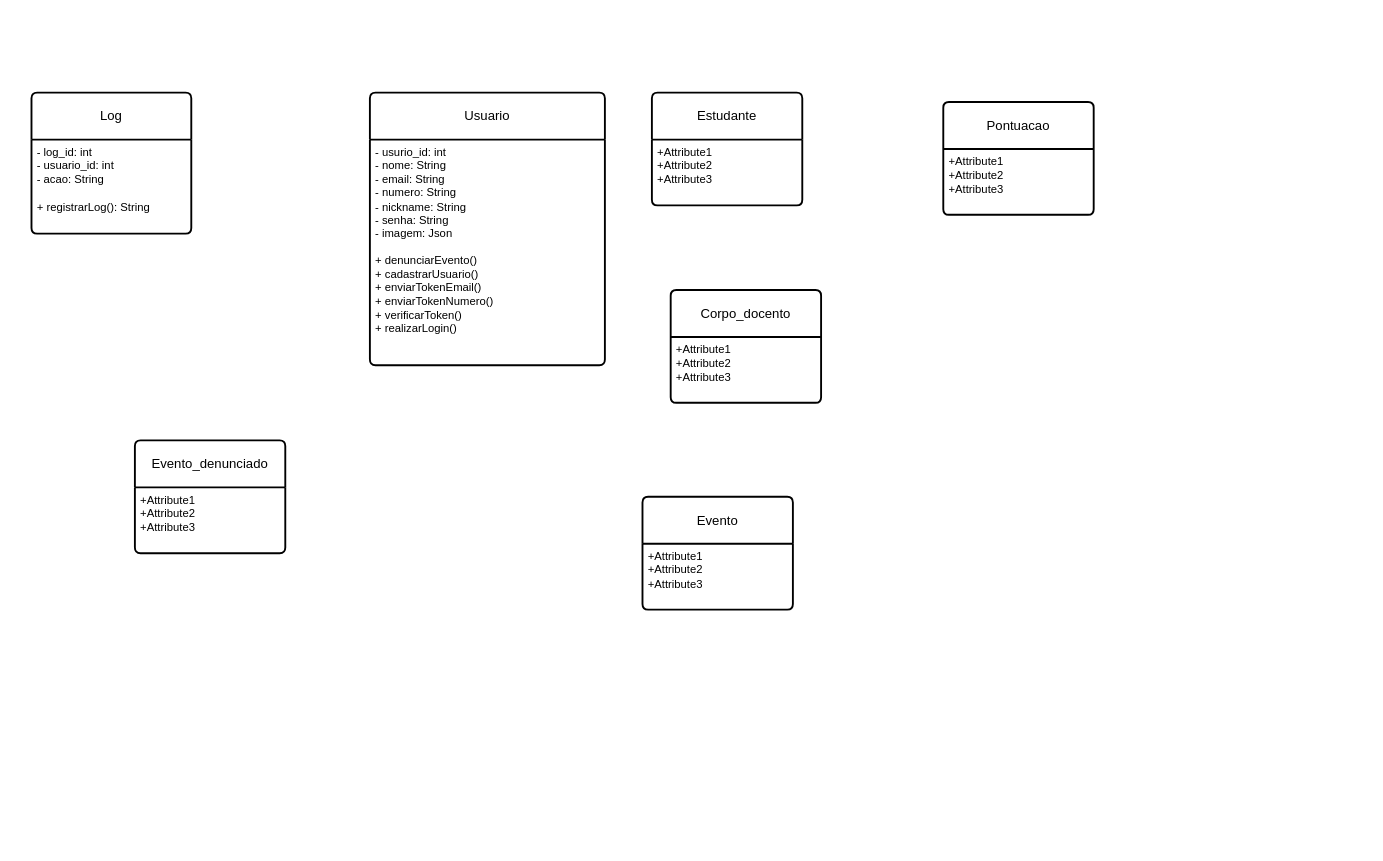
Organization-Meets/Meets_Docs keeps this draw.io diagram as Draw.io/modelo_relacional_ES.drawio. Above is the earlier version. Source tidied: cells renumbered, new cells numbered last; positions are measured from the earlier drawing's top-left corner, leaving out a move shared by most shapes. Both pictures are drawn from the tidied source at 94%, with x=0, y=0 at pixel (31, 92).
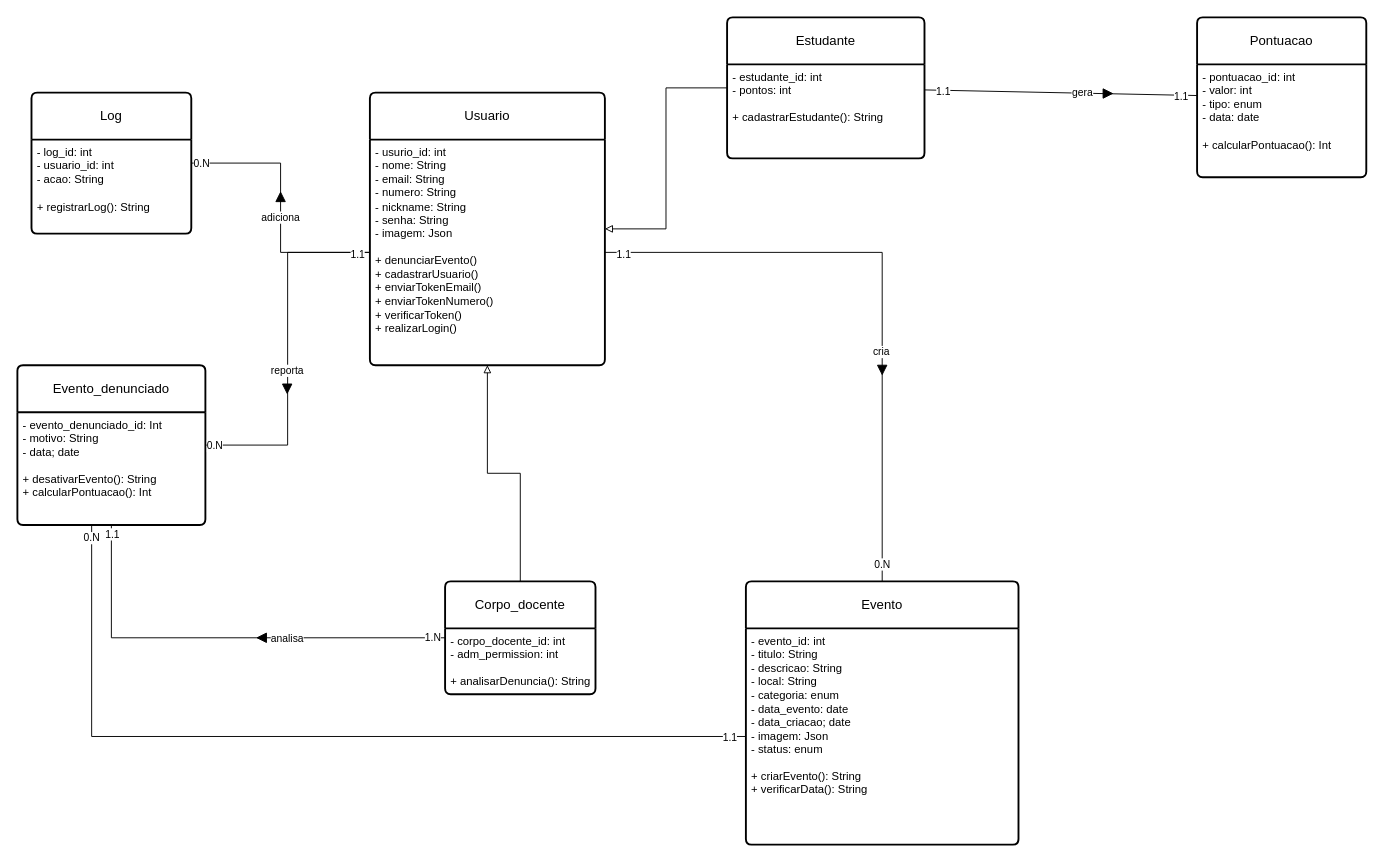
The same page after the edit.

Unchanged cells that the change refers to:
```xml
<mxCell id="2" value="Log" style="swimlane;horizontal=1;startSize=50;rounded=1;fontSize=14;fontStyle=0;strokeWidth=2;shadow=0;dashed=0;align=center;arcSize=4;whiteSpace=wrap;html=1;" parent="1" vertex="1">
  <mxGeometry width="170" height="150" as="geometry" />
</mxCell>
<mxCell id="4" value="Usuario" style="swimlane;horizontal=1;startSize=50;rounded=1;fontSize=14;fontStyle=0;strokeWidth=2;shadow=0;dashed=0;align=center;arcSize=4;whiteSpace=wrap;html=1;" parent="1" vertex="1">
  <mxGeometry x="360" width="250" height="290" as="geometry" />
</mxCell>
<mxCell id="5" value="- usurio_id: int&lt;div&gt;- nome: String&lt;/div&gt;&lt;div&gt;- email: String&lt;/div&gt;&lt;div&gt;- numero: String&lt;/div&gt;&lt;div&gt;- nickname: String&lt;/div&gt;&lt;div&gt;- senha: String&lt;/div&gt;&lt;div&gt;- imagem: Json&lt;/div&gt;&lt;div&gt;&lt;br&gt;&lt;/div&gt;&lt;div&gt;+ denunciarEvento()&lt;/div&gt;&lt;div&gt;+ cadastrarUsuario()&lt;/div&gt;&lt;div&gt;+ enviarTokenEmail()&lt;/div&gt;&lt;div&gt;+ enviarTokenNumero()&lt;/div&gt;&lt;div&gt;+ verificarToken()&lt;/div&gt;&lt;div&gt;+ realizarLogin()&lt;/div&gt;" style="align=left;strokeColor=none;fillColor=none;spacingLeft=4;spacingRight=4;fontSize=12;verticalAlign=top;html=1;whiteSpace=wrap;" parent="4" vertex="1">
  <mxGeometry y="50" width="250" height="240" as="geometry" />
</mxCell>
```

The edit, as a diff of the source:
```diff
@@
     <mxCell id="6" value="Evento" style="swimlane;horizontal=1;startSize=50;rounded=1;fontSize=14;fontStyle=0;strokeWidth=2;shadow=0;dashed=0;align=center;arcSize=4;whiteSpace=wrap;html=1;" parent="1" vertex="1">
-      <mxGeometry x="650" y="430" width="160" height="120" as="geometry" />
+      <mxGeometry x="760" y="520" width="290" height="280" as="geometry" />
     </mxCell>
-    <mxCell id="7" value="+Attribute1&#10;+Attribute2&#10;+Attribute3" style="align=left;strokeColor=none;fillColor=none;spacingLeft=4;spacingRight=4;fontSize=12;verticalAlign=top;html=1;whiteSpace=wrap;" parent="6" vertex="1">
-      <mxGeometry y="50" width="160" height="70" as="geometry" />
+    <mxCell id="7" value="- evento_id: int&lt;br&gt;- titulo: String&lt;div&gt;- descricao: String&lt;/div&gt;&lt;div&gt;- local: String&lt;/div&gt;&lt;div&gt;- categoria: enum&lt;/div&gt;&lt;div&gt;- data_evento: date&lt;/div&gt;&lt;div&gt;- data_criacao; date&lt;/div&gt;&lt;div&gt;- imagem: Json&lt;/div&gt;&lt;div&gt;- status: enum&lt;br&gt;&lt;div&gt;&lt;br&gt;&lt;/div&gt;&lt;div&gt;+ criarEvento(): String&lt;/div&gt;&lt;div&gt;+ verificarData(): String&lt;/div&gt;&lt;/div&gt;" style="align=left;strokeColor=none;fillColor=none;spacingLeft=4;spacingRight=4;fontSize=12;verticalAlign=top;html=1;whiteSpace=wrap;" parent="6" vertex="1">
+      <mxGeometry y="50" width="290" height="230" as="geometry" />
     </mxCell>
+    <mxCell id="16" style="edgeStyle=orthogonalEdgeStyle;rounded=0;jettySize=auto;html=1;endArrow=none;endFill=0;" parent="1" edge="1" source="8" target="15">
+      <mxGeometry relative="1" as="geometry" />
+    </mxCell>
+    <mxCell id="17" value="analisa" style="edgeLabel;html=1;align=center;verticalAlign=middle;" parent="16" vertex="1">
+      <mxGeometry x="-0.27" relative="1" as="geometry">
+        <mxPoint x="4" as="offset" />
+      </mxGeometry>
+    </mxCell>
+    <mxCell id="18" value="1.N" style="edgeLabel;html=1;align=center;verticalAlign=middle;" parent="16" vertex="1">
+      <mxGeometry x="-0.94" y="-1" relative="1" as="geometry" />
+    </mxCell>
+    <mxCell id="19" style="edgeStyle=orthogonalEdgeStyle;rounded=0;jettySize=auto;html=1;endArrow=block;endFill=0;" parent="1" edge="1" source="8" target="5">
+      <mxGeometry relative="1" as="geometry" />
+    </mxCell>
-    <mxCell id="8" value="Corpo_docento" style="swimlane;horizontal=1;startSize=50;rounded=1;fontSize=14;fontStyle=0;strokeWidth=2;shadow=0;dashed=0;align=center;arcSize=4;whiteSpace=wrap;html=1;" parent="1" vertex="1">
-      <mxGeometry x="680" y="210" width="160" height="120" as="geometry" />
+    <mxCell id="8" value="Corpo_docente" style="swimlane;horizontal=1;startSize=50;rounded=1;fontSize=14;fontStyle=0;strokeWidth=2;shadow=0;dashed=0;align=center;arcSize=4;whiteSpace=wrap;html=1;" parent="1" vertex="1">
+      <mxGeometry x="440" y="520" width="160" height="120" as="geometry" />
     </mxCell>
-    <mxCell id="9" value="+Attribute1&#10;+Attribute2&#10;+Attribute3" style="align=left;strokeColor=none;fillColor=none;spacingLeft=4;spacingRight=4;fontSize=12;verticalAlign=top;html=1;whiteSpace=wrap;" parent="8" vertex="1">
+    <mxCell id="9" value="- corpo_docente_id: int&lt;div&gt;- adm_permission: int&lt;/div&gt;&lt;div&gt;&lt;br&gt;&lt;/div&gt;&lt;div&gt;+ analisarDenuncia(): String&lt;/div&gt;" style="align=left;strokeColor=none;fillColor=none;spacingLeft=4;spacingRight=4;fontSize=12;verticalAlign=top;html=1;whiteSpace=wrap;" parent="8" vertex="1">
       <mxGeometry y="50" width="160" height="70" as="geometry" />
     </mxCell>
+    <mxCell id="20" style="edgeStyle=orthogonalEdgeStyle;rounded=0;jettySize=auto;html=1;endArrow=block;endFill=0;" parent="1" edge="1" source="10" target="4">
+      <mxGeometry relative="1" as="geometry" />
+    </mxCell>
+    <mxCell id="21" style="rounded=0;jettySize=auto;html=1;endArrow=none;endFill=0;" parent="1" edge="1" source="10" target="12">
+      <mxGeometry relative="1" as="geometry" />
+    </mxCell>
+    <mxCell id="22" value="gera" style="edgeLabel;html=1;align=center;verticalAlign=middle;" parent="21" vertex="1">
+      <mxGeometry x="0.16" y="1" relative="1" as="geometry" />
+    </mxCell>
+    <mxCell id="23" value="1.1" style="edgeLabel;html=1;align=center;verticalAlign=middle;" parent="21" vertex="1">
+      <mxGeometry x="-0.86" y="-1" relative="1" as="geometry" />
+    </mxCell>
+    <mxCell id="24" value="1.1" style="edgeLabel;html=1;align=center;verticalAlign=middle;" parent="21" vertex="1">
+      <mxGeometry x="0.88" y="-1" relative="1" as="geometry" />
+    </mxCell>
     <mxCell id="10" value="Estudante" style="swimlane;horizontal=1;startSize=50;rounded=1;fontSize=14;fontStyle=0;strokeWidth=2;shadow=0;dashed=0;align=center;arcSize=4;whiteSpace=wrap;html=1;" parent="1" vertex="1">
-      <mxGeometry x="660" width="160" height="120" as="geometry" />
+      <mxGeometry x="740" y="-80" width="210" height="150" as="geometry" />
     </mxCell>
-    <mxCell id="11" value="+Attribute1&#10;+Attribute2&#10;+Attribute3" style="align=left;strokeColor=none;fillColor=none;spacingLeft=4;spacingRight=4;fontSize=12;verticalAlign=top;html=1;whiteSpace=wrap;" parent="10" vertex="1">
-      <mxGeometry y="50" width="160" height="70" as="geometry" />
+    <mxCell id="11" value="- estudante_id: int&lt;div&gt;- pontos: int&lt;/div&gt;&lt;div&gt;&lt;br&gt;&lt;/div&gt;&lt;div&gt;+ cadastrarEstudante(): String&lt;/div&gt;" style="align=left;strokeColor=none;fillColor=none;spacingLeft=4;spacingRight=4;fontSize=12;verticalAlign=top;html=1;whiteSpace=wrap;" parent="10" vertex="1">
+      <mxGeometry y="50" width="210" height="100" as="geometry" />
     </mxCell>
     <mxCell id="12" value="Pontuacao" style="swimlane;horizontal=1;startSize=50;rounded=1;fontSize=14;fontStyle=0;strokeWidth=2;shadow=0;dashed=0;align=center;arcSize=4;whiteSpace=wrap;html=1;" parent="1" vertex="1">
-      <mxGeometry x="970" y="10" width="160" height="120" as="geometry" />
+      <mxGeometry x="1240" y="-80" width="180" height="170" as="geometry" />
     </mxCell>
-    <mxCell id="13" value="+Attribute1&#10;+Attribute2&#10;+Attribute3" style="align=left;strokeColor=none;fillColor=none;spacingLeft=4;spacingRight=4;fontSize=12;verticalAlign=top;html=1;whiteSpace=wrap;" parent="12" vertex="1">
-      <mxGeometry y="50" width="160" height="70" as="geometry" />
+    <mxCell id="13" value="- pontuacao_id: int&lt;div&gt;- valor: int&lt;/div&gt;&lt;div&gt;- tipo: enum&lt;/div&gt;&lt;div&gt;- data: date&lt;/div&gt;&lt;div&gt;&lt;br&gt;&lt;/div&gt;&lt;div&gt;+ calcularPontuacao(): Int&lt;/div&gt;" style="align=left;strokeColor=none;fillColor=none;spacingLeft=4;spacingRight=4;fontSize=12;verticalAlign=top;html=1;whiteSpace=wrap;" parent="12" vertex="1">
+      <mxGeometry y="50" width="180" height="120" as="geometry" />
     </mxCell>
     <mxCell id="14" value="Evento_denunciado" style="swimlane;horizontal=1;startSize=50;rounded=1;fontSize=14;fontStyle=0;strokeWidth=2;shadow=0;dashed=0;align=center;arcSize=4;whiteSpace=wrap;html=1;" parent="1" vertex="1">
-      <mxGeometry x="110" y="370" width="160" height="120" as="geometry" />
+      <mxGeometry x="-15" y="290" width="200" height="170" as="geometry" />
     </mxCell>
-    <mxCell id="15" value="+Attribute1&#10;+Attribute2&#10;+Attribute3" style="align=left;strokeColor=none;fillColor=none;spacingLeft=4;spacingRight=4;fontSize=12;verticalAlign=top;html=1;whiteSpace=wrap;" parent="14" vertex="1">
-      <mxGeometry y="50" width="160" height="70" as="geometry" />
+    <mxCell id="15" value="- evento_denunciado_id: Int&lt;div&gt;- motivo: String&lt;/div&gt;&lt;div&gt;- data; date&lt;/div&gt;&lt;div&gt;&lt;br&gt;&lt;/div&gt;&lt;div&gt;+ desativarEvento(): String&lt;/div&gt;&lt;div&gt;+ calcularPontuacao(): Int&lt;/div&gt;" style="align=left;strokeColor=none;fillColor=none;spacingLeft=4;spacingRight=4;fontSize=12;verticalAlign=top;html=1;whiteSpace=wrap;" parent="14" vertex="1">
+      <mxGeometry y="50" width="200" height="120" as="geometry" />
     </mxCell>
+    <mxCell id="25" style="edgeStyle=orthogonalEdgeStyle;rounded=0;jettySize=auto;html=1;endArrow=none;endFill=0;" parent="1" edge="1" source="5" target="2">
+      <mxGeometry relative="1" as="geometry" />
+    </mxCell>
+    <mxCell id="26" value="adiciona" style="edgeLabel;html=1;align=center;verticalAlign=middle;" parent="25" vertex="1">
+      <mxGeometry x="-0.07" y="1" relative="1" as="geometry" />
+    </mxCell>
+    <mxCell id="27" value="0.N" style="edgeLabel;html=1;align=center;verticalAlign=middle;" parent="25" vertex="1">
+      <mxGeometry x="0.93" relative="1" as="geometry" />
+    </mxCell>
+    <mxCell id="28" style="edgeStyle=orthogonalEdgeStyle;rounded=0;jettySize=auto;html=1;endArrow=none;endFill=0;" parent="1" edge="1" source="5" target="14">
+      <mxGeometry relative="1" as="geometry" />
+    </mxCell>
+    <mxCell id="29" value="reporta" style="edgeLabel;html=1;align=center;verticalAlign=middle;" parent="28" vertex="1">
+      <mxGeometry x="0.12" y="-1" relative="1" as="geometry" />
+    </mxCell>
+    <mxCell id="30" value="1.1" style="edgeLabel;html=1;align=center;verticalAlign=middle;" parent="28" vertex="1">
+      <mxGeometry x="-0.92" y="1" relative="1" as="geometry">
+        <mxPoint x="1" as="offset" />
+      </mxGeometry>
+    </mxCell>
+    <mxCell id="31" value="0.N" style="edgeLabel;html=1;align=center;verticalAlign=middle;" parent="28" vertex="1">
+      <mxGeometry x="0.95" relative="1" as="geometry" />
+    </mxCell>
+    <mxCell id="32" style="edgeStyle=orthogonalEdgeStyle;rounded=0;jettySize=auto;html=1;endArrow=none;endFill=0;" parent="1" edge="1" source="5" target="6">
+      <mxGeometry relative="1" as="geometry" />
+    </mxCell>
+    <mxCell id="33" value="cria" style="edgeLabel;html=1;align=center;verticalAlign=middle;" parent="32" vertex="1">
+      <mxGeometry x="0.24" y="-2" relative="1" as="geometry" />
+    </mxCell>
+    <mxCell id="34" value="1.1" style="edgeLabel;html=1;align=center;verticalAlign=middle;" parent="32" vertex="1">
+      <mxGeometry x="-0.94" y="-1" relative="1" as="geometry" />
+    </mxCell>
+    <mxCell id="35" value="0.N" style="edgeLabel;html=1;align=center;verticalAlign=middle;" parent="32" vertex="1">
+      <mxGeometry x="0.94" y="-1" relative="1" as="geometry" />
+    </mxCell>
+    <mxCell id="36" style="edgeStyle=orthogonalEdgeStyle;rounded=0;jettySize=auto;html=1;endArrow=none;endFill=0;entryX=0.395;entryY=0.996;entryDx=0;entryDy=0;entryPerimeter=0;" parent="1" edge="1" source="7" target="15">
+      <mxGeometry relative="1" as="geometry" />
+    </mxCell>
+    <mxCell id="37" value="1.1" style="edgeLabel;html=1;align=center;verticalAlign=middle;" parent="36" vertex="1">
+      <mxGeometry x="0.98" y="1" relative="1" as="geometry">
+        <mxPoint x="22" as="offset" />
+      </mxGeometry>
+    </mxCell>
+    <mxCell id="38" value="1.1" style="edgeLabel;html=1;align=center;verticalAlign=middle;" parent="36" vertex="1">
+      <mxGeometry x="-0.96" relative="1" as="geometry" />
+    </mxCell>
+    <mxCell id="39" value="0.N" style="edgeLabel;html=1;align=center;verticalAlign=middle;" parent="36" vertex="1">
+      <mxGeometry x="0.97" y="1" relative="1" as="geometry" />
+    </mxCell>
+    <mxCell id="40" style="triangle;whiteSpace=wrap;html=1;strokeColor=#000000;fillStyle=solid;gradientColor=none;fillColor=#000000;rotation=90;" parent="1" vertex="1">
+      <mxGeometry x="900" y="290" width="10" height="10" as="geometry" />
+    </mxCell>
+    <mxCell id="41" style="triangle;whiteSpace=wrap;html=1;strokeColor=#000000;fillStyle=solid;gradientColor=none;fillColor=#000000;rotation=0;" parent="1" vertex="1">
+      <mxGeometry x="1140" y="-4" width="10" height="10" as="geometry" />
+    </mxCell>
+    <mxCell id="42" style="triangle;whiteSpace=wrap;html=1;strokeColor=#000000;fillStyle=solid;gradientColor=none;fillColor=#000000;rotation=-90;" parent="1" vertex="1">
+      <mxGeometry x="260" y="106" width="10" height="10" as="geometry" />
+    </mxCell>
+    <mxCell id="43" style="triangle;whiteSpace=wrap;html=1;strokeColor=#000000;fillStyle=solid;gradientColor=none;fillColor=#000000;rotation=90;" parent="1" vertex="1">
+      <mxGeometry x="267" y="310" width="10" height="10" as="geometry" />
+    </mxCell>
+    <mxCell id="44" style="triangle;whiteSpace=wrap;html=1;strokeColor=#000000;fillStyle=solid;gradientColor=none;fillColor=#000000;rotation=-180;" parent="1" vertex="1">
+      <mxGeometry x="240" y="575" width="10" height="10" as="geometry" />
+    </mxCell>
```
